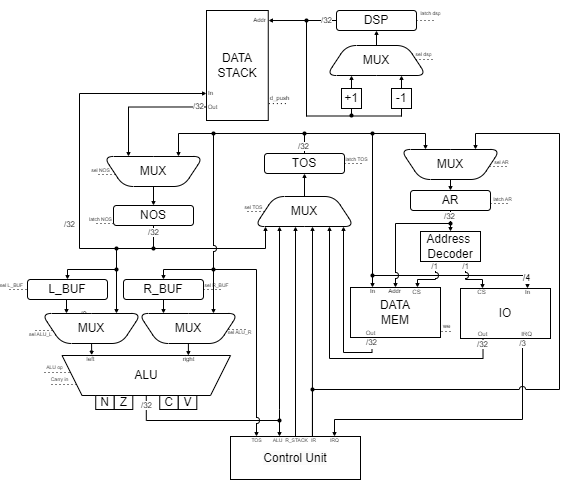
This is docs/scheme/data_path.png from lysmux/csa-ak-4, a draw.io export, as it was before one commit. Source tidied: cells renumbered, new cells last; positions are measured from the earlier drawing's top-left corner, leaving out a move shared by most shapes.
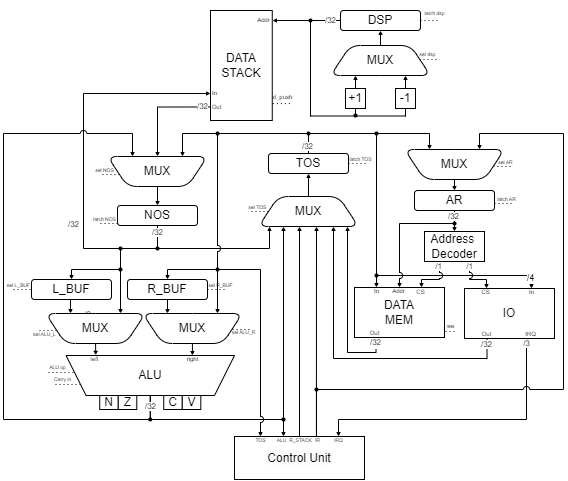
Above is the later version.

The edit, as a diff of the source:
```diff
@@ -101,7 +101,7 @@
         </Array>
       </mxGeometry>
     </mxCell>
-    <mxCell id="21" style="edgeStyle=orthogonalEdgeStyle;rounded=0;jettySize=auto;html=1;exitX=0.5;exitY=1;exitDx=0;exitDy=0;entryX=0;entryY=0.75;entryDx=0;entryDy=0;endSize=2;" parent="1" edge="1" source="87" target="38">
+    <mxCell id="21" style="edgeStyle=orthogonalEdgeStyle;rounded=0;jettySize=auto;html=1;exitX=0.5;exitY=1;exitDx=0;exitDy=0;entryX=0;entryY=0.75;entryDx=0;entryDy=0;endSize=2;jumpStyle=arc;" parent="1" edge="1" source="87" target="38">
       <mxGeometry relative="1" as="geometry">
         <Array as="points">
           <mxPoint x="144" y="249" />
@@ -218,6 +218,16 @@
         <mxPoint x="1" y="1" as="offset" />
       </mxGeometry>
     </mxCell>
+    <mxCell id="143" style="edgeStyle=orthogonalEdgeStyle;rounded=0;jettySize=auto;html=1;exitX=0.75;exitY=1;exitDx=0;exitDy=0;entryX=0.5;entryY=0;entryDx=0;entryDy=0;jumpStyle=arc;endArrow=none;endFill=0;startArrow=classic;startFill=1;startSize=2;" parent="1" edge="1" source="41" target="123">
+      <mxGeometry relative="1" as="geometry">
+        <Array as="points">
+          <mxPoint x="119" y="134" />
+          <mxPoint x="-10" y="134" />
+          <mxPoint x="-10" y="420" />
+          <mxPoint x="137" y="420" />
+        </Array>
+      </mxGeometry>
+    </mxCell>
     <mxCell id="41" value="MUX" style="shape=trapezoid;perimeter=trapezoidPerimeter;whiteSpace=wrap;html=1;fixedSize=1;direction=west;rounded=1;" parent="1" vertex="1">
       <mxGeometry x="94" y="157" width="100" height="30" as="geometry" />
     </mxCell>
@@ -230,7 +240,7 @@
         <mxPoint x="144" y="241" as="targetPoint" />
       </mxGeometry>
     </mxCell>
-    <mxCell id="44" style="edgeStyle=orthogonalEdgeStyle;rounded=0;jettySize=auto;html=1;exitX=0.75;exitY=1;exitDx=0;exitDy=0;entryX=0;entryY=0.877;entryDx=0;entryDy=0;entryPerimeter=0;startArrow=classic;startFill=1;endArrow=none;endFill=0;endSize=2;startSize=2;" parent="1" edge="1" source="41" target="38">
+    <mxCell id="44" style="edgeStyle=orthogonalEdgeStyle;rounded=0;jettySize=auto;html=1;exitX=0.5;exitY=1;exitDx=0;exitDy=0;entryX=0;entryY=0.877;entryDx=0;entryDy=0;entryPerimeter=0;startArrow=classic;startFill=1;endArrow=none;endFill=0;endSize=2;startSize=2;" parent="1" edge="1" source="41" target="38">
       <mxGeometry relative="1" as="geometry" />
     </mxCell>
     <mxCell id="45" style="endArrow=classic;html=1;rounded=0;entryX=0.5;entryY=0;entryDx=0;entryDy=0;exitX=0.5;exitY=0;exitDx=0;exitDy=0;endFill=1;endSize=2;startSize=2;" parent="1" edge="1" source="29" target="28">
@@ -381,7 +391,7 @@
       </mxGeometry>
     </mxCell>
     <mxCell id="78" style="shape=waypoint;sketch=0;fillStyle=solid;size=6;points=[];fillColor=none;perimeter=centerPerimeter;snapToPoint=1;strokeWidth=0;" parent="1" vertex="1">
-      <mxGeometry x="260" y="411" width="20" height="20" as="geometry" />
+      <mxGeometry x="260" y="410" width="20" height="20" as="geometry" />
     </mxCell>
     <mxCell id="79" style="endArrow=none;dashed=1;html=1;dashPattern=1 3;strokeWidth=1;rounded=0;exitX=1;exitY=0.5;exitDx=0;exitDy=0;" parent="1" edge="1">
       <mxGeometry relative="1" as="geometry">
@@ -514,8 +524,8 @@
     <mxCell id="106" style="edgeStyle=orthogonalEdgeStyle;rounded=0;jettySize=auto;html=1;exitX=0.5;exitY=0;exitDx=0;exitDy=0;entryX=0.38;entryY=0;entryDx=0;entryDy=0;entryPerimeter=0;endSize=2;" parent="1" edge="1" source="123" target="110">
       <mxGeometry relative="1" as="geometry">
         <Array as="points">
-          <mxPoint x="137" y="421" />
-          <mxPoint x="270" y="421" />
+          <mxPoint x="137" y="420" />
+          <mxPoint x="270" y="420" />
           <mxPoint x="270" y="437" />
         </Array>
       </mxGeometry>
@@ -639,7 +649,7 @@
     </mxCell>
     <mxCell id="135" value="&lt;span style=&quot;font-size: 5px;&quot;&gt;sel L_BUF&lt;/span&gt;" style="edgeLabel;html=1;align=center;verticalAlign=bottom;labelPosition=center;verticalLabelPosition=top;labelBackgroundColor=none;" parent="134" vertex="1">
       <mxGeometry relative="1" as="geometry">
-        <mxPoint x="-7" y="3" as="offset" />
+        <mxPoint x="-4" y="3" as="offset" />
       </mxGeometry>
     </mxCell>
     <mxCell id="136" style="endArrow=none;dashed=1;html=1;dashPattern=1 3;strokeWidth=1;rounded=0;exitX=1;exitY=0.5;exitDx=0;exitDy=0;" parent="1" edge="1">
@@ -678,5 +688,8 @@
     <mxCell id="142" style="shape=waypoint;sketch=0;fillStyle=solid;size=6;fillColor=none;perimeter=centerPerimeter;strokeWidth=0;" parent="1" vertex="1">
       <mxGeometry x="332" y="106" width="20" height="20" as="geometry" />
     </mxCell>
+    <mxCell id="144" style="shape=waypoint;sketch=0;fillStyle=solid;size=6;fillColor=none;perimeter=centerPerimeter;strokeWidth=0;" parent="1" vertex="1">
+      <mxGeometry x="126.8" y="410" width="20" height="20" as="geometry" />
+    </mxCell>
   </root>
 </mxGraphModel>
```
